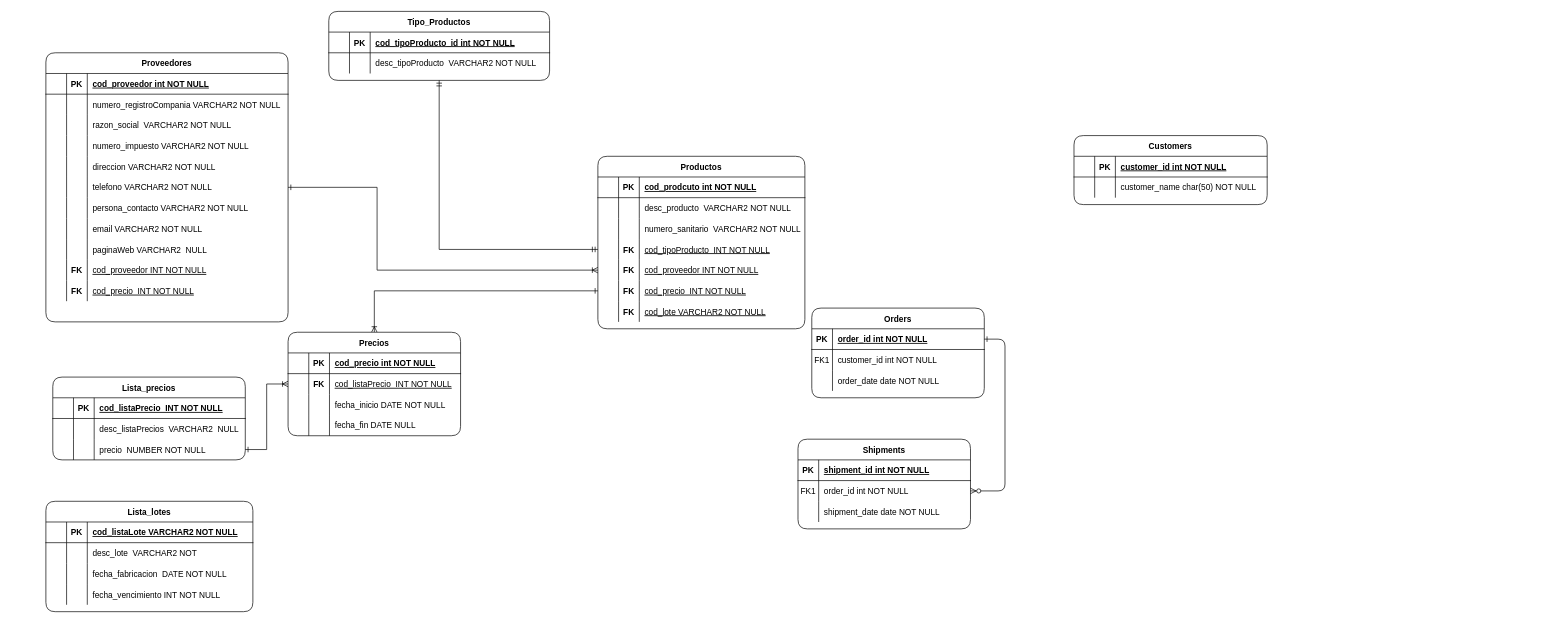
The draw.io diagram Actividad1.drawio in frankddiazr/InteligenciadeNegociosActividades, before the edit. Source tidied: cells renumbered, new cells numbered last; positions are measured from the earlier drawing's top-left corner, leaving out a move shared by most shapes. Both pictures are drawn from the tidied source at 69%, with x=0, y=0 at pixel (46, 11).
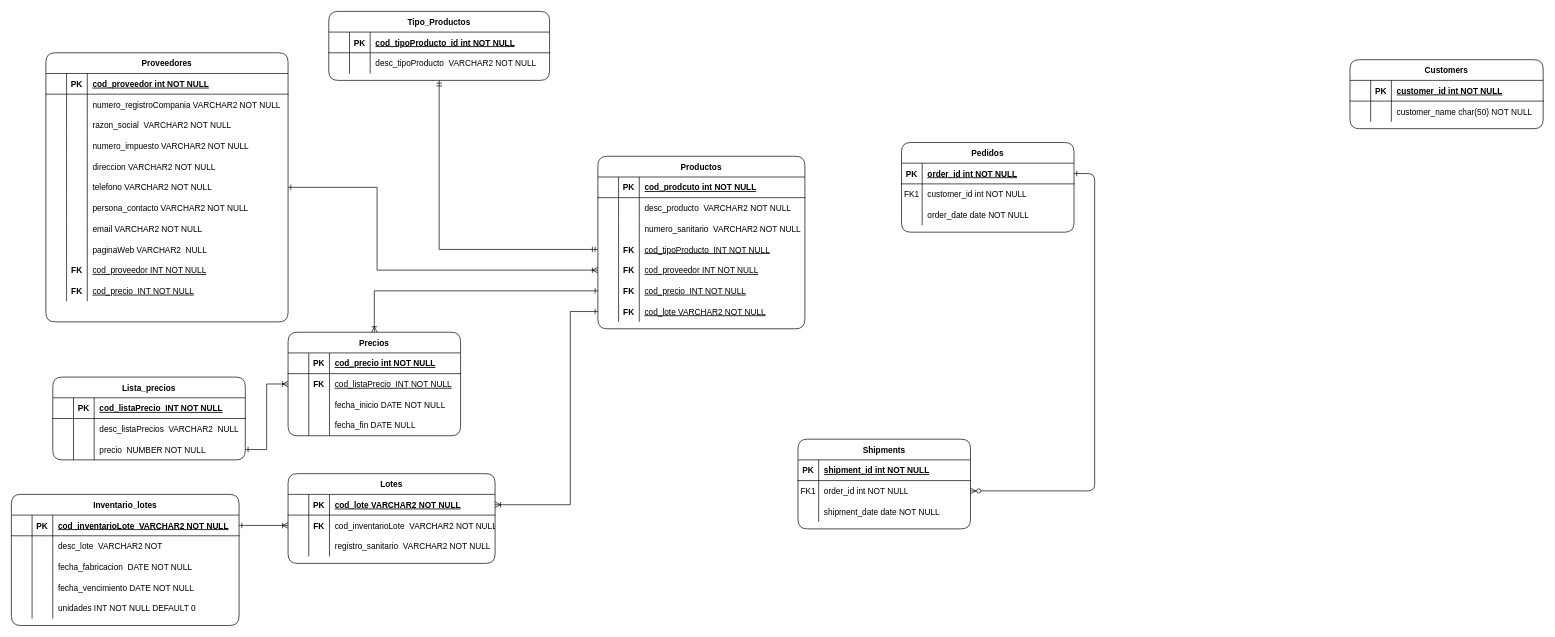
The same diagram, later.

The change refers to these unchanged cells:
```xml
<mxCell id="59" style="shape=partialRectangle;fillColor=none;points=[[0,0.5],[1,0.5]];portConstraint=eastwest;top=0;left=0;right=0;bottom=0;" parent="34" vertex="1">
  <mxGeometry y="210" width="300" height="30" as="geometry" />
</mxCell>
```

Change to the diagram source:
```diff
@@
-    <mxCell id="3" value="Orders" style="shape=table;startSize=30;childLayout=tableLayout;rowLines=0;fontStyle=1;align=center;rounded=1;" parent="1" vertex="1">
-      <mxGeometry x="1110" y="430" width="250" height="130" as="geometry" />
+    <mxCell id="3" value="Pedidos" style="shape=table;startSize=30;childLayout=tableLayout;rowLines=0;fontStyle=1;align=center;rounded=1;" parent="1" vertex="1">
+      <mxGeometry x="1240" y="190" width="250" height="130" as="geometry" />
     </mxCell>
@@
     <mxCell id="23" value="Customers" style="shape=table;startSize=30;childLayout=tableLayout;rowLines=0;fontStyle=1;align=center;rounded=1;" parent="1" vertex="1">
-      <mxGeometry x="1490" y="180" width="280" height="100" as="geometry" />
+      <mxGeometry x="1890" y="70" width="280" height="100" as="geometry" />
     </mxCell>
@@
+    <mxCell id="166" style="edgeStyle=orthogonalEdgeStyle;rounded=0;jettySize=auto;html=1;exitX=0;exitY=0.5;exitDx=0;exitDy=0;entryX=1;entryY=0.5;entryDx=0;entryDy=0;startArrow=ERone;startFill=0;endArrow=ERoneToMany;endFill=0;" parent="1" edge="1" source="59" target="172">
+      <mxGeometry relative="1" as="geometry">
+        <Array as="points">
+          <mxPoint x="760" y="435" />
+          <mxPoint x="760" y="715" />
+        </Array>
+      </mxGeometry>
+    </mxCell>
@@
-    <mxCell id="149" value="Lista_lotes" style="shape=table;startSize=30;childLayout=tableLayout;rowLines=0;fontStyle=1;align=center;sketch=0;shadow=0;rounded=1;swimlaneLine=1;" parent="1" vertex="1">
-      <mxGeometry y="710" width="300" height="160" as="geometry" />
+    <mxCell id="149" value="Inventario_lotes" style="shape=table;startSize=30;childLayout=tableLayout;rowLines=0;fontStyle=1;align=center;sketch=0;shadow=0;rounded=1;swimlaneLine=1;" parent="1" vertex="1">
+      <mxGeometry x="-50" y="700" width="330" height="190" as="geometry" />
     </mxCell>
     <mxCell id="150" style="shape=partialRectangle;fillColor=none;points=[[0,0.5],[1,0.5]];portConstraint=eastwest;top=0;left=0;right=0;bottom=1;" parent="149" vertex="1">
-      <mxGeometry y="30" width="300" height="30" as="geometry" />
+      <mxGeometry y="30" width="330" height="30" as="geometry" />
     </mxCell>
@@
-    <mxCell id="153" value="cod_listaLote VARCHAR2 NOT NULL " style="shape=partialRectangle;overflow=hidden;fillColor=none;top=0;left=0;bottom=0;right=0;align=left;spacingLeft=6;fontStyle=5;" parent="150" vertex="1">
-      <mxGeometry x="60" width="240" height="30" as="geometry" />
+    <mxCell id="153" value="cod_inventarioLote  VARCHAR2 NOT NULL " style="shape=partialRectangle;overflow=hidden;fillColor=none;top=0;left=0;bottom=0;right=0;align=left;spacingLeft=6;fontStyle=5;" parent="150" vertex="1">
+      <mxGeometry x="60" width="270" height="30" as="geometry" />
     </mxCell>
     <mxCell id="154" style="shape=partialRectangle;fillColor=none;top=0;left=0;right=0;bottom=0;" parent="149" vertex="1">
-      <mxGeometry y="60" width="300" height="30" as="geometry" />
+      <mxGeometry y="60" width="330" height="30" as="geometry" />
     </mxCell>
@@
     <mxCell id="157" value="desc_lote  VARCHAR2 NOT " style="shape=partialRectangle;overflow=hidden;fillColor=none;top=0;left=0;bottom=0;right=0;align=left;spacingLeft=6;strokeWidth=1;perimeterSpacing=1;" parent="154" vertex="1">
-      <mxGeometry x="60" width="240" height="30" as="geometry" />
+      <mxGeometry x="60" width="270" height="30" as="geometry" />
     </mxCell>
     <mxCell id="158" style="shape=partialRectangle;fillColor=none;top=0;left=0;right=0;bottom=0;" parent="149" vertex="1">
-      <mxGeometry y="90" width="300" height="30" as="geometry" />
+      <mxGeometry y="90" width="330" height="30" as="geometry" />
     </mxCell>
@@
     <mxCell id="161" value="fecha_fabricacion  DATE NOT NULL" style="shape=partialRectangle;overflow=hidden;fillColor=none;top=0;left=0;bottom=0;right=0;align=left;spacingLeft=6;fontStyle=0;" parent="158" vertex="1">
-      <mxGeometry x="60" width="240" height="30" as="geometry" />
+      <mxGeometry x="60" width="270" height="30" as="geometry" />
     </mxCell>
     <mxCell id="162" style="shape=partialRectangle;fillColor=none;top=0;left=0;right=0;bottom=0;" parent="149" vertex="1">
-      <mxGeometry y="120" width="300" height="30" as="geometry" />
+      <mxGeometry y="120" width="330" height="30" as="geometry" />
     </mxCell>
@@
-    <mxCell id="165" value="fecha_vencimiento INT NOT NULL" style="shape=partialRectangle;overflow=hidden;fillColor=none;top=0;left=0;bottom=0;right=0;align=left;spacingLeft=6;fontStyle=0;" parent="162" vertex="1">
-      <mxGeometry x="60" width="240" height="30" as="geometry" />
+    <mxCell id="165" value="fecha_vencimiento DATE NOT NULL" style="shape=partialRectangle;overflow=hidden;fillColor=none;top=0;left=0;bottom=0;right=0;align=left;spacingLeft=6;fontStyle=0;" parent="162" vertex="1">
+      <mxGeometry x="60" width="270" height="30" as="geometry" />
     </mxCell>
+    <mxCell id="167" style="shape=partialRectangle;fillColor=none;top=0;left=0;right=0;bottom=0;" parent="149" vertex="1">
+      <mxGeometry y="150" width="330" height="30" as="geometry" />
+    </mxCell>
+    <mxCell id="168" style="shape=partialRectangle;overflow=hidden;fillColor=none;top=0;left=0;bottom=0;right=0;" parent="167" vertex="1">
+      <mxGeometry width="30" height="30" as="geometry" />
+    </mxCell>
+    <mxCell id="169" style="shape=partialRectangle;overflow=hidden;fillColor=none;top=0;left=0;bottom=0;right=0;fontStyle=1;" parent="167" vertex="1">
+      <mxGeometry x="30" width="30" height="30" as="geometry" />
+    </mxCell>
+    <mxCell id="170" value="unidades INT NOT NULL DEFAULT 0" style="shape=partialRectangle;overflow=hidden;fillColor=none;top=0;left=0;bottom=0;right=0;align=left;spacingLeft=6;fontStyle=0;" parent="167" vertex="1">
+      <mxGeometry x="60" width="270" height="30" as="geometry" />
+    </mxCell>
+    <mxCell id="171" value="Lotes" style="shape=table;startSize=30;childLayout=tableLayout;rowLines=0;fontStyle=1;align=center;sketch=0;shadow=0;rounded=1;swimlaneLine=1;" parent="1" vertex="1">
+      <mxGeometry x="351" y="670" width="300" height="130" as="geometry" />
+    </mxCell>
+    <mxCell id="172" style="shape=partialRectangle;fillColor=none;points=[[0,0.5],[1,0.5]];portConstraint=eastwest;top=0;left=0;right=0;bottom=1;" parent="171" vertex="1">
+      <mxGeometry y="30" width="300" height="30" as="geometry" />
+    </mxCell>
+    <mxCell id="173" style="shape=partialRectangle;overflow=hidden;fillColor=none;top=0;left=0;bottom=0;right=0;fontStyle=1;" parent="172" vertex="1">
+      <mxGeometry width="30" height="30" as="geometry" />
+    </mxCell>
+    <mxCell id="174" value="PK" style="shape=partialRectangle;overflow=hidden;fillColor=none;top=0;left=0;bottom=0;right=0;fontStyle=1;" parent="172" vertex="1">
+      <mxGeometry x="30" width="30" height="30" as="geometry" />
+    </mxCell>
+    <mxCell id="175" value="cod_lote VARCHAR2 NOT NULL " style="shape=partialRectangle;overflow=hidden;fillColor=none;top=0;left=0;bottom=0;right=0;align=left;spacingLeft=6;fontStyle=5;" parent="172" vertex="1">
+      <mxGeometry x="60" width="240" height="30" as="geometry" />
+    </mxCell>
+    <mxCell id="176" style="shape=partialRectangle;fillColor=none;points=[[0,0.5],[1,0.5]];portConstraint=eastwest;top=0;left=0;right=0;bottom=0;" parent="171" vertex="1">
+      <mxGeometry y="60" width="300" height="30" as="geometry" />
+    </mxCell>
+    <mxCell id="177" style="shape=partialRectangle;overflow=hidden;fillColor=none;top=0;left=0;bottom=0;right=0;" parent="176" vertex="1">
+      <mxGeometry width="30" height="30" as="geometry" />
+    </mxCell>
+    <mxCell id="178" value="FK" style="shape=partialRectangle;overflow=hidden;fillColor=none;top=0;left=0;bottom=0;right=0;fontStyle=1;" parent="176" vertex="1">
+      <mxGeometry x="30" width="30" height="30" as="geometry" />
+    </mxCell>
+    <mxCell id="179" value="cod_inventarioLote  VARCHAR2 NOT NULL" style="shape=partialRectangle;overflow=hidden;fillColor=none;top=0;left=0;bottom=0;right=0;align=left;spacingLeft=6;strokeWidth=1;perimeterSpacing=1;" parent="176" vertex="1">
+      <mxGeometry x="60" width="240" height="30" as="geometry" />
+    </mxCell>
+    <mxCell id="180" style="shape=partialRectangle;fillColor=none;top=0;left=0;right=0;bottom=0;" parent="171" vertex="1">
+      <mxGeometry y="90" width="300" height="30" as="geometry" />
+    </mxCell>
+    <mxCell id="181" style="shape=partialRectangle;overflow=hidden;fillColor=none;top=0;left=0;bottom=0;right=0;" parent="180" vertex="1">
+      <mxGeometry width="30" height="30" as="geometry" />
+    </mxCell>
+    <mxCell id="182" style="shape=partialRectangle;overflow=hidden;fillColor=none;top=0;left=0;bottom=0;right=0;" parent="180" vertex="1">
+      <mxGeometry x="30" width="30" height="30" as="geometry" />
+    </mxCell>
+    <mxCell id="183" value="registro_sanitario  VARCHAR2 NOT NULL" style="shape=partialRectangle;overflow=hidden;fillColor=none;top=0;left=0;bottom=0;right=0;align=left;spacingLeft=6;strokeWidth=1;perimeterSpacing=1;" parent="180" vertex="1">
+      <mxGeometry x="60" width="240" height="30" as="geometry" />
+    </mxCell>
+    <mxCell id="184" style="edgeStyle=orthogonalEdgeStyle;rounded=0;jettySize=auto;html=1;exitX=1;exitY=0.5;exitDx=0;exitDy=0;entryX=0;entryY=0.5;entryDx=0;entryDy=0;startArrow=ERone;startFill=0;endArrow=ERoneToMany;endFill=0;" parent="1" edge="1" source="150" target="176">
+      <mxGeometry relative="1" as="geometry" />
+    </mxCell>
```
